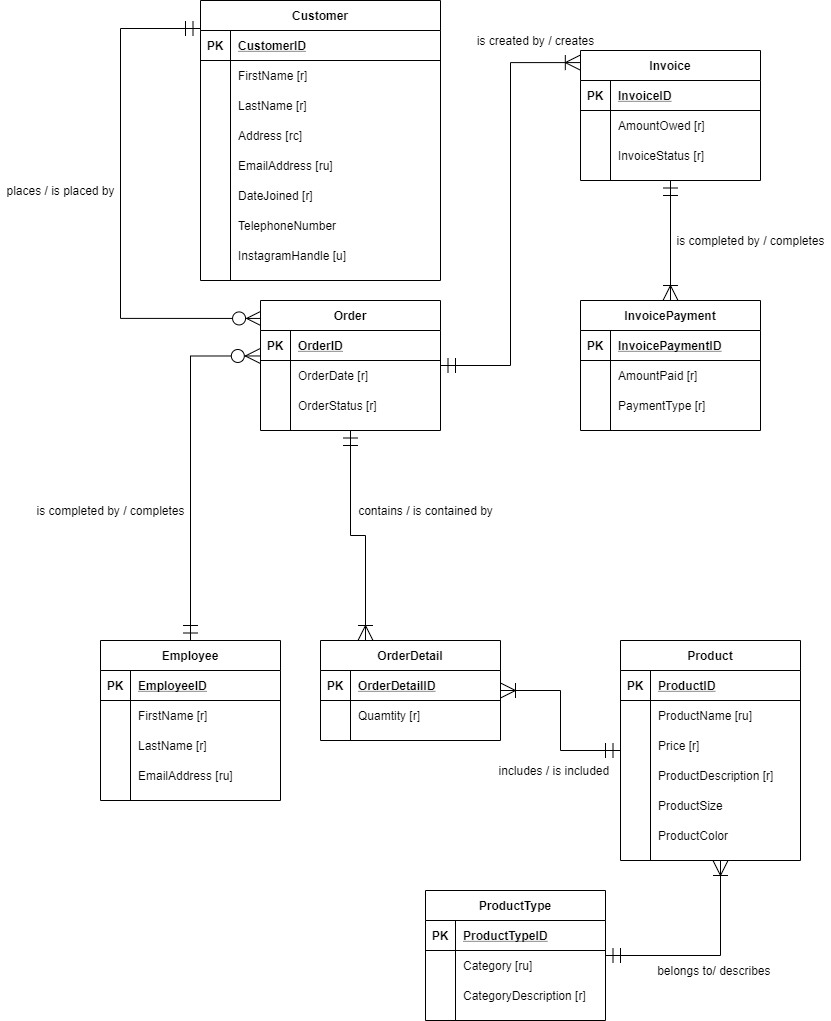
trisxcj1/SyracuseUniversity_IST659 keeps this draw.io diagram as Project/Project Conceptual Model.png. Above is the earlier version. Source tidied: cells renumbered, new cells last; positions are measured from the earlier drawing's top-left corner, leaving out a move shared by most shapes.
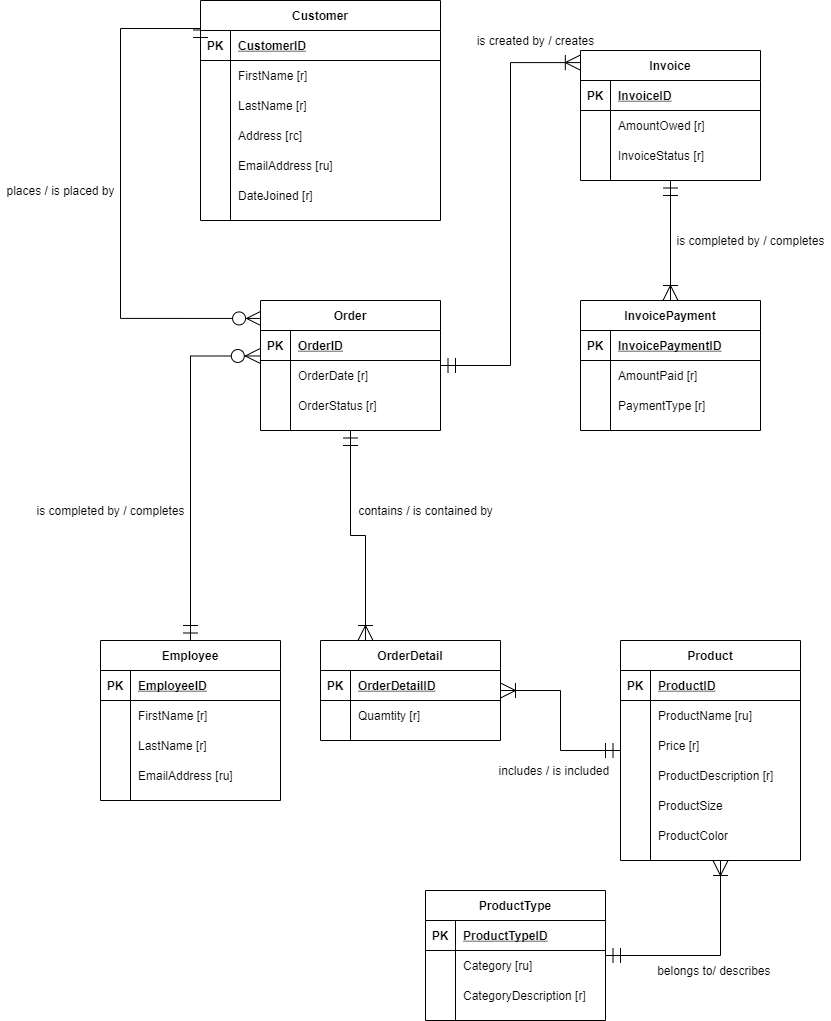
The same file after the commit.

Commit message:
removed 2 attributes from customers

The edit, as a diff of the source:
```diff
@@ -11,7 +11,7 @@
       </mxGeometry>
     </mxCell>
     <mxCell id="3" value="Customer" style="shape=table;startSize=30;rowLines=0;fontStyle=1;align=center;" parent="1" vertex="1">
-      <mxGeometry x="200" width="240" height="280" as="geometry" />
+      <mxGeometry x="200" width="240" height="220" as="geometry" />
     </mxCell>
     <mxCell id="4" style="shape=partialRectangle;fillColor=none;top=0;left=0;bottom=1;right=0;" parent="3" vertex="1">
       <mxGeometry y="30" width="240" height="30" as="geometry" />
@@ -67,24 +67,6 @@
     <mxCell id="21" value="DateJoined [r]" style="shape=partialRectangle;fillColor=none;top=0;left=0;bottom=0;right=0;align=left;spacingLeft=6;overflow=hidden;" parent="19" vertex="1">
       <mxGeometry x="30" width="210" height="30" as="geometry" />
     </mxCell>
-    <mxCell id="22" style="shape=partialRectangle;fillColor=none;top=0;left=0;bottom=0;right=0;" parent="3" vertex="1">
-      <mxGeometry y="210" width="240" height="30" as="geometry" />
-    </mxCell>
-    <mxCell id="23" style="shape=partialRectangle;fillColor=none;top=0;left=0;bottom=0;right=0;overflow=hidden;" parent="22" vertex="1">
-      <mxGeometry width="30" height="30" as="geometry" />
-    </mxCell>
-    <mxCell id="24" value="TelephoneNumber" style="shape=partialRectangle;fillColor=none;top=0;left=0;bottom=0;right=0;align=left;spacingLeft=6;overflow=hidden;" parent="22" vertex="1">
-      <mxGeometry x="30" width="210" height="30" as="geometry" />
-    </mxCell>
-    <mxCell id="25" style="shape=partialRectangle;fillColor=none;top=0;left=0;bottom=0;right=0;" parent="3" vertex="1">
-      <mxGeometry y="240" width="240" height="30" as="geometry" />
-    </mxCell>
-    <mxCell id="26" style="shape=partialRectangle;fillColor=none;top=0;left=0;bottom=0;right=0;overflow=hidden;" parent="25" vertex="1">
-      <mxGeometry width="30" height="30" as="geometry" />
-    </mxCell>
-    <mxCell id="27" value="InstagramHandle [u]" style="shape=partialRectangle;fillColor=none;top=0;left=0;bottom=0;right=0;align=left;spacingLeft=6;overflow=hidden;" parent="25" vertex="1">
-      <mxGeometry x="30" width="210" height="30" as="geometry" />
-    </mxCell>
     <mxCell id="28" style="edgeStyle=orthogonalEdgeStyle;rounded=0;jettySize=auto;html=1;endSize=13;startSize=13;endArrow=ERmandOne;endFill=0;startArrow=ERoneToMany;startFill=0;" parent="1" edge="1" source="29" target="109">
       <mxGeometry relative="1" as="geometry">
         <Array as="points">
```
